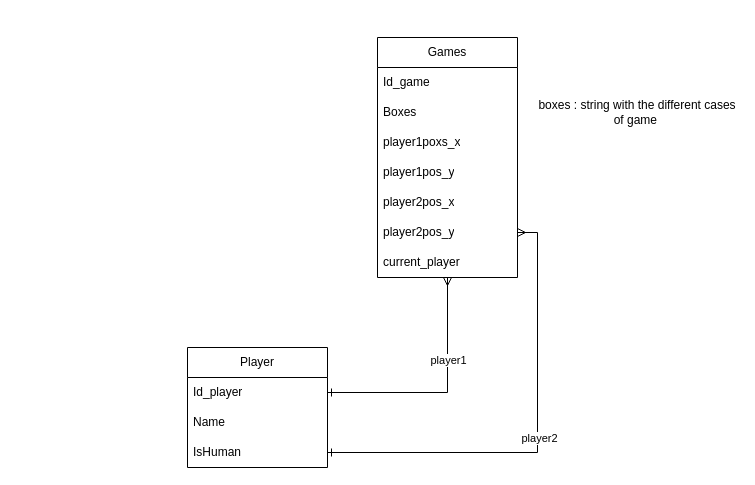
Jabran-Ellaoui/projet-IA keeps this draw.io diagram as bd.drawio. Above is the earlier version. Source tidied: cells renumbered, new cells numbered last; positions are measured from the earlier drawing's top-left corner, leaving out a move shared by most shapes. Both pictures are drawn from the tidied source at 100%, with x=0, y=0 at pixel (187, 37).
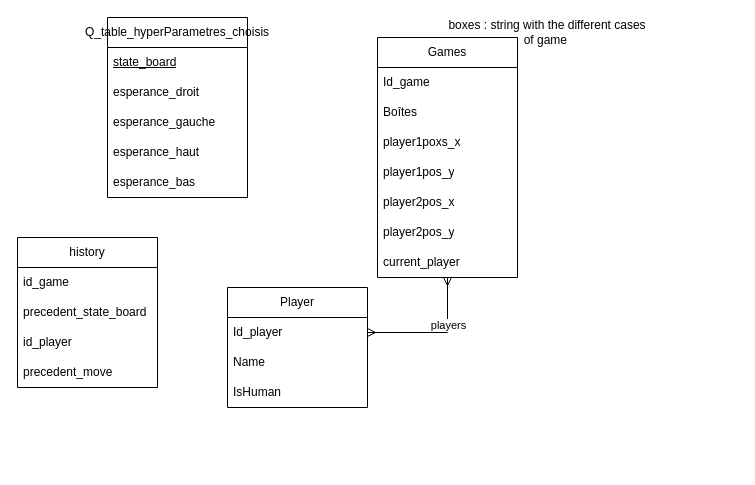
The same diagram, later.

Unchanged cells that the change refers to:
```xml
<mxCell id="3" value="Id_player" style="text;strokeColor=none;fillColor=none;align=left;verticalAlign=middle;spacingLeft=4;spacingRight=4;overflow=hidden;points=[[0,0.5],[1,0.5]];portConstraint=eastwest;whiteSpace=wrap;html=1;" parent="2" vertex="1">
  <mxGeometry y="30" width="140" height="30" as="geometry" />
</mxCell>
<mxCell id="5" value="IsHuman" style="text;strokeColor=none;fillColor=none;align=left;verticalAlign=middle;spacingLeft=4;spacingRight=4;overflow=hidden;points=[[0,0.5],[1,0.5]];portConstraint=eastwest;whiteSpace=wrap;html=1;" parent="2" vertex="1">
  <mxGeometry y="90" width="140" height="30" as="geometry" />
</mxCell>
<mxCell id="8" value="Games" style="swimlane;fontStyle=0;horizontal=1;startSize=30;whiteSpace=wrap;html=1;" parent="1" vertex="1">
  <mxGeometry x="190" width="140" height="240" as="geometry" />
</mxCell>
<mxCell id="14" value="player2pos_y" style="text;strokeColor=none;fillColor=none;align=left;verticalAlign=middle;spacingLeft=4;spacingRight=4;overflow=hidden;points=[[0,0.5],[1,0.5]];portConstraint=eastwest;whiteSpace=wrap;html=1;" parent="8" vertex="1">
  <mxGeometry y="180" width="140" height="30" as="geometry" />
</mxCell>
```

Diff of the diagram source:
```diff
@@
     <mxCell id="2" value="Player" style="swimlane;fontStyle=0;horizontal=1;startSize=30;whiteSpace=wrap;html=1;" parent="1" vertex="1">
-      <mxGeometry y="310" width="140" height="120" as="geometry" />
+      <mxGeometry x="40" y="250" width="140" height="120" as="geometry" />
     </mxCell>
@@
-    <mxCell id="6" style="edgeStyle=orthogonalEdgeStyle;rounded=0;jettySize=auto;html=1;entryX=1;entryY=0.5;entryDx=0;entryDy=0;endArrow=ERone;endFill=0;startArrow=ERmany;startFill=0;" parent="1" edge="1" source="8" target="3">
+    <mxCell id="6" style="edgeStyle=orthogonalEdgeStyle;rounded=0;jettySize=auto;html=1;entryX=1;entryY=0.5;entryDx=0;entryDy=0;endArrow=ERmany;endFill=0;startArrow=ERmany;startFill=0;" parent="1" edge="1" source="8" target="3">
       <mxGeometry relative="1" as="geometry" />
     </mxCell>
-    <mxCell id="7" value="player1" style="edgeLabel;html=1;align=center;verticalAlign=middle;" parent="6" vertex="1">
+    <mxCell id="7" value="players" style="edgeLabel;html=1;align=center;verticalAlign=middle;" parent="6" vertex="1">
       <mxGeometry x="-0.3" y="-1" relative="1" as="geometry">
         <mxPoint x="1" as="offset" />
       </mxGeometry>
     </mxCell>
@@
-    <mxCell id="10" value="Boxes" style="text;strokeColor=none;fillColor=none;align=left;verticalAlign=middle;spacingLeft=4;spacingRight=4;overflow=hidden;whiteSpace=wrap;html=1;" parent="8" vertex="1">
+    <mxCell id="10" value="Boîtes" style="text;strokeColor=none;fillColor=none;align=left;verticalAlign=middle;spacingLeft=4;spacingRight=4;overflow=hidden;whiteSpace=wrap;html=1;" parent="8" vertex="1">
       <mxGeometry y="60" width="140" height="30" as="geometry" />
     </mxCell>
@@
-    <mxCell id="16" style="edgeStyle=orthogonalEdgeStyle;rounded=0;jettySize=auto;html=1;exitX=1;exitY=0.5;exitDx=0;exitDy=0;entryX=1;entryY=0.5;entryDx=0;entryDy=0;endArrow=ERmany;endFill=0;startArrow=ERone;startFill=0;" parent="1" edge="1" source="5" target="14">
-      <mxGeometry relative="1" as="geometry" />
-    </mxCell>
-    <mxCell id="17" value="player2" style="edgeLabel;html=1;align=center;verticalAlign=middle;" parent="16" vertex="1">
-      <mxGeometry y="1" relative="1" as="geometry">
-        <mxPoint x="2" as="offset" />
-      </mxGeometry>
-    </mxCell>
     <mxCell id="18" value="boxes : string with the different cases of game&amp;nbsp;" style="text;html=1;align=center;verticalAlign=middle;whiteSpace=wrap;rounded=0;" parent="1" vertex="1">
-      <mxGeometry x="350" y="60" width="200" height="30" as="geometry" />
+      <mxGeometry x="260" y="-20" width="200" height="30" as="geometry" />
     </mxCell>
+    <mxCell id="19" value="Q_table_hyperParametres_choisis" style="swimlane;fontStyle=0;horizontal=1;startSize=30;whiteSpace=wrap;html=1;" parent="1" vertex="1">
+      <mxGeometry x="-80" y="-20" width="140" height="180" as="geometry" />
+    </mxCell>
+    <mxCell id="20" value="&lt;u&gt;state_board&lt;/u&gt;" style="text;strokeColor=none;fillColor=none;align=left;verticalAlign=middle;spacingLeft=4;spacingRight=4;overflow=hidden;whiteSpace=wrap;html=1;" parent="19" vertex="1">
+      <mxGeometry y="30" width="140" height="30" as="geometry" />
+    </mxCell>
+    <mxCell id="21" value="esperance_droit" style="text;strokeColor=none;fillColor=none;align=left;verticalAlign=middle;spacingLeft=4;spacingRight=4;overflow=hidden;whiteSpace=wrap;html=1;" parent="19" vertex="1">
+      <mxGeometry y="60" width="140" height="30" as="geometry" />
+    </mxCell>
+    <mxCell id="22" value="esperance_gauche" style="text;strokeColor=none;fillColor=none;align=left;verticalAlign=middle;spacingLeft=4;spacingRight=4;overflow=hidden;whiteSpace=wrap;html=1;" parent="19" vertex="1">
+      <mxGeometry y="90" width="140" height="30" as="geometry" />
+    </mxCell>
+    <mxCell id="23" value="esperance_haut" style="text;strokeColor=none;fillColor=none;align=left;verticalAlign=middle;spacingLeft=4;spacingRight=4;overflow=hidden;whiteSpace=wrap;html=1;" parent="19" vertex="1">
+      <mxGeometry y="120" width="140" height="30" as="geometry" />
+    </mxCell>
+    <mxCell id="24" value="esperance_bas" style="text;strokeColor=none;fillColor=none;align=left;verticalAlign=middle;spacingLeft=4;spacingRight=4;overflow=hidden;whiteSpace=wrap;html=1;" parent="19" vertex="1">
+      <mxGeometry y="150" width="140" height="30" as="geometry" />
+    </mxCell>
+    <mxCell id="25" value="history" style="swimlane;fontStyle=0;horizontal=1;startSize=30;whiteSpace=wrap;html=1;" parent="1" vertex="1">
+      <mxGeometry x="-170" y="200" width="140" height="150" as="geometry" />
+    </mxCell>
+    <mxCell id="26" value="id_game" style="text;strokeColor=none;fillColor=none;align=left;verticalAlign=middle;spacingLeft=4;spacingRight=4;overflow=hidden;whiteSpace=wrap;html=1;" parent="25" vertex="1">
+      <mxGeometry y="30" width="140" height="30" as="geometry" />
+    </mxCell>
+    <mxCell id="27" value="precedent_state_board" style="text;strokeColor=none;fillColor=none;align=left;verticalAlign=middle;spacingLeft=4;spacingRight=4;overflow=hidden;whiteSpace=wrap;html=1;" parent="25" vertex="1">
+      <mxGeometry y="60" width="140" height="30" as="geometry" />
+    </mxCell>
+    <mxCell id="28" value="id_player" style="text;strokeColor=none;fillColor=none;align=left;verticalAlign=middle;spacingLeft=4;spacingRight=4;overflow=hidden;whiteSpace=wrap;html=1;" parent="25" vertex="1">
+      <mxGeometry y="90" width="140" height="30" as="geometry" />
+    </mxCell>
+    <mxCell id="29" value="precedent_move" style="text;strokeColor=none;fillColor=none;align=left;verticalAlign=middle;spacingLeft=4;spacingRight=4;overflow=hidden;whiteSpace=wrap;html=1;" parent="25" vertex="1">
+      <mxGeometry y="120" width="140" height="30" as="geometry" />
+    </mxCell>
```
